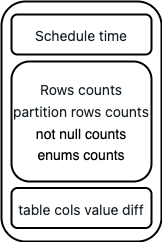
The draw.io diagram three.drawio.png in a490888602/draw, before a commit. Source tidied: cells renumbered, new cells last; positions are measured from the earlier drawing's top-left corner, leaving out a move shared by most shapes.
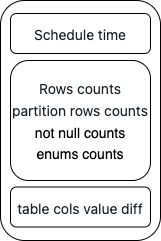
After the commit.

Diff of the diagram source:
```diff
@@ -2,16 +2,16 @@
   <root>
     <mxCell id="0" />
     <mxCell id="1" parent="0" />
-    <mxCell id="2" style="rounded=1;whiteSpace=wrap;html=1;fontSize=18;strokeWidth=2;" parent="1" vertex="1">
+    <mxCell id="2" style="rounded=1;whiteSpace=wrap;html=1;fontSize=18;strokeWidth=1;" parent="1" vertex="1">
       <mxGeometry width="160" height="240" as="geometry" />
     </mxCell>
-    <mxCell id="3" value="&lt;span style=&quot;color: rgb(24, 32, 38); font-family: -apple-system, &amp;quot;system-ui&amp;quot;, &amp;quot;Segoe UI&amp;quot;, Roboto, Oxygen, Ubuntu, Cantarell, &amp;quot;Open Sans&amp;quot;, &amp;quot;Helvetica Neue&amp;quot;, Icons16, sans-serif; font-size: 14px; text-align: start; background-color: rgb(255, 255, 255);&quot;&gt;Schedule time&lt;/span&gt;" style="rounded=1;whiteSpace=wrap;html=1;fontSize=18;strokeWidth=2;" parent="1" vertex="1">
+    <mxCell id="3" value="&lt;span style=&quot;color: rgb(24, 32, 38); font-family: -apple-system, &amp;quot;system-ui&amp;quot;, &amp;quot;Segoe UI&amp;quot;, Roboto, Oxygen, Ubuntu, Cantarell, &amp;quot;Open Sans&amp;quot;, &amp;quot;Helvetica Neue&amp;quot;, Icons16, sans-serif; font-size: 14px; text-align: start; background-color: rgb(255, 255, 255);&quot;&gt;Schedule time&lt;/span&gt;" style="rounded=1;whiteSpace=wrap;html=1;fontSize=18;strokeWidth=1;" parent="1" vertex="1">
       <mxGeometry x="10" y="13" width="140" height="40" as="geometry" />
     </mxCell>
-    <mxCell id="4" value="&lt;span style=&quot;color: rgb(24, 32, 38); font-family: -apple-system, &amp;quot;system-ui&amp;quot;, &amp;quot;Segoe UI&amp;quot;, Roboto, Oxygen, Ubuntu, Cantarell, &amp;quot;Open Sans&amp;quot;, &amp;quot;Helvetica Neue&amp;quot;, Icons16, sans-serif; font-size: 14px; text-align: start; background-color: rgb(255, 255, 255);&quot;&gt;Rows counts&lt;br&gt;&lt;/span&gt;&lt;span style=&quot;color: rgb(24, 32, 38); font-family: -apple-system, &amp;quot;system-ui&amp;quot;, &amp;quot;Segoe UI&amp;quot;, Roboto, Oxygen, Ubuntu, Cantarell, &amp;quot;Open Sans&amp;quot;, &amp;quot;Helvetica Neue&amp;quot;, Icons16, sans-serif; font-size: 14px; text-align: start; background-color: rgb(255, 255, 255);&quot;&gt;partition rows counts&lt;br&gt;&lt;/span&gt;&lt;font style=&quot;font-size: 14px;&quot;&gt;not null counts&lt;br&gt;enums counts&lt;/font&gt;" style="rounded=1;whiteSpace=wrap;html=1;fontSize=18;strokeWidth=2;" parent="1" vertex="1">
+    <mxCell id="4" value="&lt;span style=&quot;color: rgb(24, 32, 38); font-family: -apple-system, &amp;quot;system-ui&amp;quot;, &amp;quot;Segoe UI&amp;quot;, Roboto, Oxygen, Ubuntu, Cantarell, &amp;quot;Open Sans&amp;quot;, &amp;quot;Helvetica Neue&amp;quot;, Icons16, sans-serif; font-size: 14px; text-align: start; background-color: rgb(255, 255, 255);&quot;&gt;Rows counts&lt;br&gt;&lt;/span&gt;&lt;span style=&quot;color: rgb(24, 32, 38); font-family: -apple-system, &amp;quot;system-ui&amp;quot;, &amp;quot;Segoe UI&amp;quot;, Roboto, Oxygen, Ubuntu, Cantarell, &amp;quot;Open Sans&amp;quot;, &amp;quot;Helvetica Neue&amp;quot;, Icons16, sans-serif; font-size: 14px; text-align: start; background-color: rgb(255, 255, 255);&quot;&gt;partition rows counts&lt;br&gt;&lt;/span&gt;&lt;font style=&quot;font-size: 14px;&quot;&gt;not null counts&lt;br&gt;enums counts&lt;/font&gt;" style="rounded=1;whiteSpace=wrap;html=1;fontSize=18;strokeWidth=1;" parent="1" vertex="1">
       <mxGeometry x="10" y="60" width="140" height="120" as="geometry" />
     </mxCell>
-    <mxCell id="5" value="&lt;span style=&quot;color: rgb(24, 32, 38); font-family: -apple-system, &amp;quot;system-ui&amp;quot;, &amp;quot;Segoe UI&amp;quot;, Roboto, Oxygen, Ubuntu, Cantarell, &amp;quot;Open Sans&amp;quot;, &amp;quot;Helvetica Neue&amp;quot;, Icons16, sans-serif; font-size: 14px; text-align: start; background-color: rgb(255, 255, 255);&quot;&gt;table cols value diff&lt;/span&gt;" style="rounded=1;whiteSpace=wrap;html=1;fontSize=18;strokeWidth=2;" parent="1" vertex="1">
+    <mxCell id="5" value="&lt;span style=&quot;color: rgb(24, 32, 38); font-family: -apple-system, &amp;quot;system-ui&amp;quot;, &amp;quot;Segoe UI&amp;quot;, Roboto, Oxygen, Ubuntu, Cantarell, &amp;quot;Open Sans&amp;quot;, &amp;quot;Helvetica Neue&amp;quot;, Icons16, sans-serif; font-size: 14px; text-align: start; background-color: rgb(255, 255, 255);&quot;&gt;table cols value diff&lt;/span&gt;" style="rounded=1;whiteSpace=wrap;html=1;fontSize=18;strokeWidth=1;" parent="1" vertex="1">
       <mxGeometry x="10" y="186.5" width="140" height="40" as="geometry" />
     </mxCell>
   </root>
```
